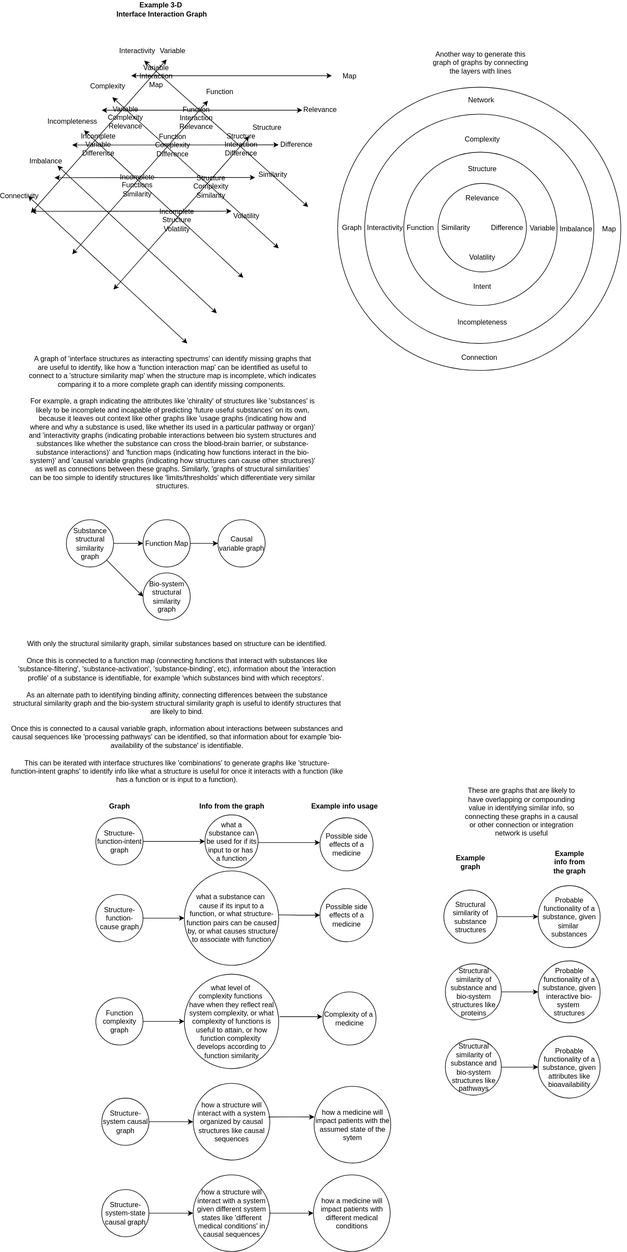
Earlier version of the draw.io export docs/objects/graph_generation.drawio.svg (outdreamer/build-a-cure). Source tidied: cells renumbered, new cells last; positions are measured from the earlier drawing's top-left corner, leaving out a move shared by most shapes.
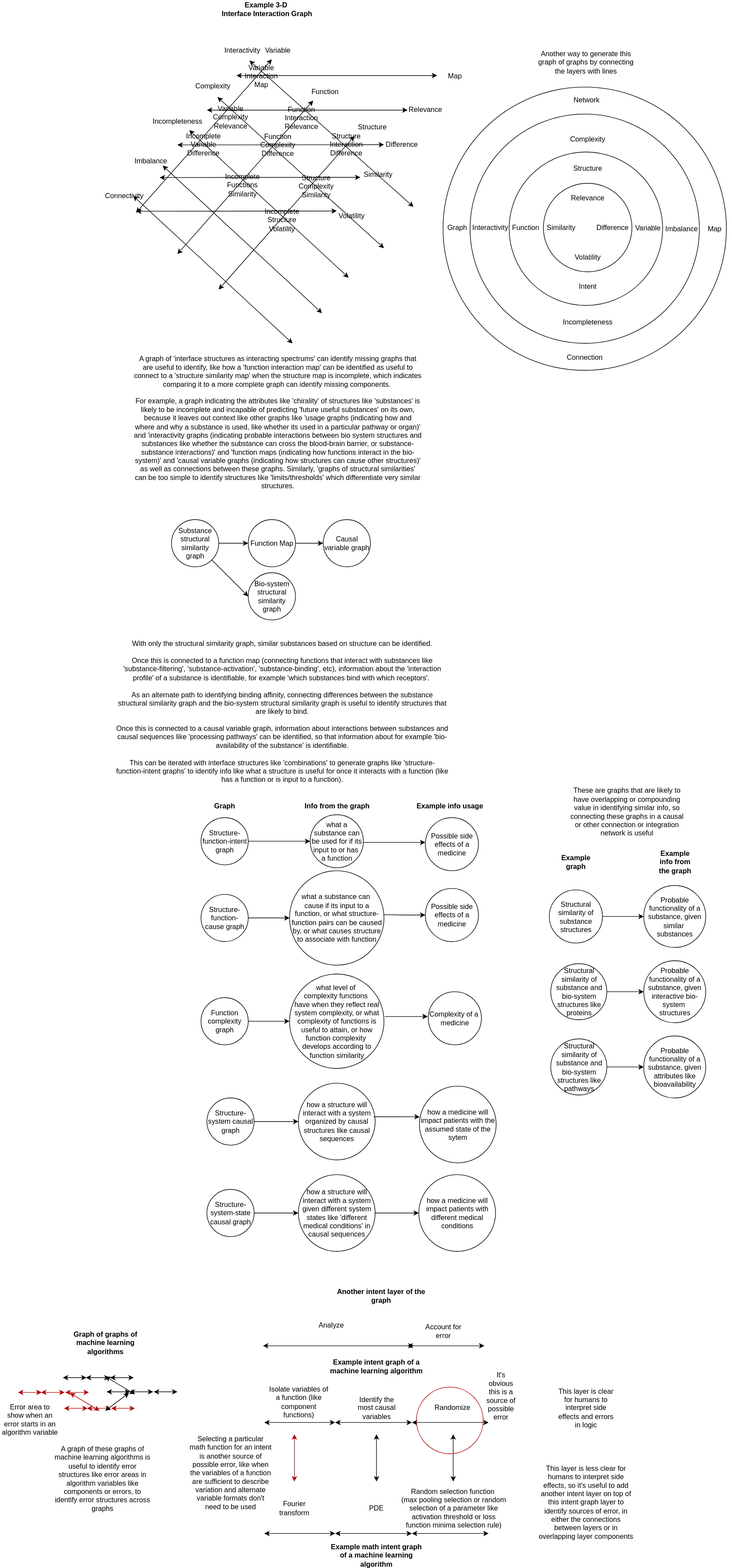
The same diagram one commit later.

The edit, as a diff of the source:
```diff
@@ -373,5 +373,218 @@
     <mxCell id="107" value="&lt;span style=&quot;font-weight: normal;&quot;&gt;These are graphs that are likely to have overlapping or compounding value in identifying similar info, so connecting these graphs in a causal or other connection or integration network is useful&lt;/span&gt;" style="text;html=1;align=center;verticalAlign=middle;whiteSpace=wrap;rounded=0;fontStyle=1;" parent="1" vertex="1">
       <mxGeometry x="780" y="1350" width="202.5" height="50" as="geometry" />
     </mxCell>
+    <mxCell id="108" style="endArrow=classic;startArrow=classic;html=1;rounded=0;" parent="1" edge="1">
+      <mxGeometry relative="1" as="geometry">
+        <mxPoint x="267.2" y="2410" as="sourcePoint" />
+        <mxPoint x="387.2" y="2410" as="targetPoint" />
+      </mxGeometry>
+    </mxCell>
+    <mxCell id="109" style="endArrow=classic;startArrow=classic;html=1;rounded=0;" parent="1" edge="1">
+      <mxGeometry relative="1" as="geometry">
+        <mxPoint x="387.2" y="2410" as="sourcePoint" />
+        <mxPoint x="517.2" y="2410" as="targetPoint" />
+      </mxGeometry>
+    </mxCell>
+    <mxCell id="110" value="Isolate variables of a function (like component functions)" style="text;html=1;align=center;verticalAlign=middle;whiteSpace=wrap;rounded=0;" parent="1" vertex="1">
+      <mxGeometry x="274.2" y="2360" width="103" height="30" as="geometry" />
+    </mxCell>
+    <mxCell id="111" value="Identify the most causal variables" style="text;html=1;align=center;verticalAlign=middle;whiteSpace=wrap;rounded=0;" parent="1" vertex="1">
+      <mxGeometry x="416.8" y="2370" width="81" height="30" as="geometry" />
+    </mxCell>
+    <mxCell id="112" style="endArrow=classic;startArrow=classic;html=1;rounded=0;" parent="1" edge="1">
+      <mxGeometry relative="1" as="geometry">
+        <mxPoint x="517.2" y="2410" as="sourcePoint" />
+        <mxPoint x="647.2" y="2410" as="targetPoint" />
+      </mxGeometry>
+    </mxCell>
+    <mxCell id="113" value="Randomize&amp;nbsp;" style="text;html=1;align=center;verticalAlign=middle;whiteSpace=wrap;rounded=0;" parent="1" vertex="1">
+      <mxGeometry x="537.2" y="2370" width="101" height="30" as="geometry" />
+    </mxCell>
+    <mxCell id="114" value="Example intent graph of a machine learning algorithm" style="text;html=1;align=center;verticalAlign=middle;whiteSpace=wrap;rounded=0;fontStyle=1;" parent="1" vertex="1">
+      <mxGeometry x="377.2" y="2300" width="160" height="30" as="geometry" />
+    </mxCell>
+    <mxCell id="115" style="endArrow=classic;startArrow=classic;html=1;rounded=0;" parent="1" edge="1">
+      <mxGeometry relative="1" as="geometry">
+        <mxPoint x="267.2" y="2598" as="sourcePoint" />
+        <mxPoint x="387.2" y="2598" as="targetPoint" />
+      </mxGeometry>
+    </mxCell>
+    <mxCell id="116" style="endArrow=classic;startArrow=classic;html=1;rounded=0;" parent="1" edge="1">
+      <mxGeometry relative="1" as="geometry">
+        <mxPoint x="387.2" y="2598" as="sourcePoint" />
+        <mxPoint x="517.2" y="2598" as="targetPoint" />
+      </mxGeometry>
+    </mxCell>
+    <mxCell id="117" value="Fourier transform" style="text;html=1;align=center;verticalAlign=middle;whiteSpace=wrap;rounded=0;" parent="1" vertex="1">
+      <mxGeometry x="288.2" y="2540" width="60" height="30" as="geometry" />
+    </mxCell>
+    <mxCell id="118" value="PDE" style="text;html=1;align=center;verticalAlign=middle;whiteSpace=wrap;rounded=0;" parent="1" vertex="1">
+      <mxGeometry x="427.2" y="2540" width="60" height="30" as="geometry" />
+    </mxCell>
+    <mxCell id="119" style="endArrow=classic;startArrow=classic;html=1;rounded=0;" parent="1" edge="1">
+      <mxGeometry relative="1" as="geometry">
+        <mxPoint x="517.2" y="2598" as="sourcePoint" />
+        <mxPoint x="647.2" y="2598" as="targetPoint" />
+      </mxGeometry>
+    </mxCell>
+    <mxCell id="120" value="Random selection function&amp;nbsp;&lt;div&gt;(max pooling selection or random selection of a parameter like activation threshold or loss function minima selection rule)&lt;/div&gt;" style="text;html=1;align=center;verticalAlign=middle;whiteSpace=wrap;rounded=0;" parent="1" vertex="1">
+      <mxGeometry x="498.2" y="2540" width="180" height="30" as="geometry" />
+    </mxCell>
+    <mxCell id="121" value="Example math intent graph of a machine learning algorithm" style="text;html=1;align=center;verticalAlign=middle;whiteSpace=wrap;rounded=0;fontStyle=1;" parent="1" vertex="1">
+      <mxGeometry x="377.2" y="2620" width="160" height="30" as="geometry" />
+    </mxCell>
+    <mxCell id="122" style="endArrow=classic;startArrow=classic;html=1;rounded=0;fillColor=#e51400;strokeColor=#B20000;" parent="1" edge="1">
+      <mxGeometry relative="1" as="geometry">
+        <mxPoint x="318.2" y="2510" as="sourcePoint" />
+        <mxPoint x="318.2" y="2430" as="targetPoint" />
+      </mxGeometry>
+    </mxCell>
+    <mxCell id="123" style="endArrow=classic;startArrow=classic;html=1;rounded=0;" parent="1" edge="1">
+      <mxGeometry relative="1" as="geometry">
+        <mxPoint x="457.2" y="2510" as="sourcePoint" />
+        <mxPoint x="457.2" y="2430" as="targetPoint" />
+      </mxGeometry>
+    </mxCell>
+    <mxCell id="124" style="endArrow=classic;startArrow=classic;html=1;rounded=0;" parent="1" edge="1">
+      <mxGeometry relative="1" as="geometry">
+        <mxPoint x="587.2" y="2510" as="sourcePoint" />
+        <mxPoint x="587.2" y="2430" as="targetPoint" />
+      </mxGeometry>
+    </mxCell>
+    <mxCell id="125" value="This layer is clear for humans to interpret side effects and errors in logic" style="text;html=1;align=center;verticalAlign=middle;whiteSpace=wrap;rounded=0;" parent="1" vertex="1">
+      <mxGeometry x="762" y="2370" width="100" height="30" as="geometry" />
+    </mxCell>
+    <mxCell id="126" value="This layer is less clear for humans to interpret side effects, so it's useful to add another intent layer on top of this intent graph layer to identify sources of error, in either the connections between layers or in overlapping layer components" style="text;html=1;align=center;verticalAlign=middle;whiteSpace=wrap;rounded=0;" parent="1" vertex="1">
+      <mxGeometry x="728.2" y="2530" width="167.5" height="30" as="geometry" />
+    </mxCell>
+    <mxCell id="127" style="endArrow=classic;startArrow=classic;html=1;rounded=0;fillColor=#e51400;strokeColor=#B20000;" parent="1" edge="1">
+      <mxGeometry relative="1" as="geometry">
+        <mxPoint x="-150" y="2359" as="sourcePoint" />
+        <mxPoint x="-110" y="2359" as="targetPoint" />
+      </mxGeometry>
+    </mxCell>
+    <mxCell id="128" style="endArrow=classic;startArrow=classic;html=1;rounded=0;fillColor=#e51400;strokeColor=#B20000;" parent="1" edge="1">
+      <mxGeometry relative="1" as="geometry">
+        <mxPoint x="-111" y="2359" as="sourcePoint" />
+        <mxPoint x="-71" y="2359" as="targetPoint" />
+      </mxGeometry>
+    </mxCell>
+    <mxCell id="129" style="endArrow=classic;startArrow=classic;html=1;rounded=0;fillColor=#e51400;strokeColor=#B20000;" parent="1" edge="1">
+      <mxGeometry relative="1" as="geometry">
+        <mxPoint x="-70" y="2359" as="sourcePoint" />
+        <mxPoint x="-30" y="2359" as="targetPoint" />
+      </mxGeometry>
+    </mxCell>
+    <mxCell id="130" style="endArrow=classic;startArrow=classic;html=1;rounded=0;fillColor=#e51400;strokeColor=#B20000;" parent="1" edge="1">
+      <mxGeometry relative="1" as="geometry">
+        <mxPoint x="-72" y="2386" as="sourcePoint" />
+        <mxPoint x="-32" y="2386" as="targetPoint" />
+      </mxGeometry>
+    </mxCell>
+    <mxCell id="131" style="endArrow=classic;startArrow=classic;html=1;rounded=0;fillColor=#e51400;strokeColor=#B20000;" parent="1" edge="1">
+      <mxGeometry relative="1" as="geometry">
+        <mxPoint x="-33" y="2386" as="sourcePoint" />
+        <mxPoint x="7" y="2386" as="targetPoint" />
+      </mxGeometry>
+    </mxCell>
+    <mxCell id="132" style="endArrow=classic;startArrow=classic;html=1;rounded=0;fillColor=#e51400;strokeColor=#B20000;" parent="1" edge="1">
+      <mxGeometry relative="1" as="geometry">
+        <mxPoint x="8" y="2386" as="sourcePoint" />
+        <mxPoint x="48" y="2386" as="targetPoint" />
+      </mxGeometry>
+    </mxCell>
+    <mxCell id="133" style="endArrow=classic;startArrow=classic;html=1;rounded=0;" parent="1" edge="1">
+      <mxGeometry relative="1" as="geometry">
+        <mxPoint y="2358" as="sourcePoint" />
+        <mxPoint x="40" y="2358" as="targetPoint" />
+      </mxGeometry>
+    </mxCell>
+    <mxCell id="134" style="endArrow=classic;startArrow=classic;html=1;rounded=0;" parent="1" edge="1">
+      <mxGeometry relative="1" as="geometry">
+        <mxPoint x="39" y="2358" as="sourcePoint" />
+        <mxPoint x="79" y="2358" as="targetPoint" />
+      </mxGeometry>
+    </mxCell>
+    <mxCell id="135" style="endArrow=classic;startArrow=classic;html=1;rounded=0;" parent="1" edge="1">
+      <mxGeometry relative="1" as="geometry">
+        <mxPoint x="80" y="2358" as="sourcePoint" />
+        <mxPoint x="120" y="2358" as="targetPoint" />
+      </mxGeometry>
+    </mxCell>
+    <mxCell id="136" style="endArrow=classic;startArrow=classic;html=1;rounded=0;" parent="1" edge="1">
+      <mxGeometry relative="1" as="geometry">
+        <mxPoint x="-74" y="2334" as="sourcePoint" />
+        <mxPoint x="-34" y="2334" as="targetPoint" />
+      </mxGeometry>
+    </mxCell>
+    <mxCell id="137" style="endArrow=classic;startArrow=classic;html=1;rounded=0;" parent="1" edge="1">
+      <mxGeometry relative="1" as="geometry">
+        <mxPoint x="-35" y="2334" as="sourcePoint" />
+        <mxPoint x="5" y="2334" as="targetPoint" />
+      </mxGeometry>
+    </mxCell>
+    <mxCell id="138" style="endArrow=classic;startArrow=classic;html=1;rounded=0;" parent="1" edge="1">
+      <mxGeometry relative="1" as="geometry">
+        <mxPoint x="6" y="2334" as="sourcePoint" />
+        <mxPoint x="46" y="2334" as="targetPoint" />
+      </mxGeometry>
+    </mxCell>
+    <mxCell id="139" value="Graph of graphs of machine learning algorithms" style="text;html=1;align=center;verticalAlign=middle;whiteSpace=wrap;rounded=0;fontStyle=1;" parent="1" vertex="1">
+      <mxGeometry x="-82" y="2260" width="160" height="30" as="geometry" />
+    </mxCell>
+    <mxCell id="140" style="endArrow=classic;startArrow=classic;html=1;rounded=0;fillColor=#e51400;strokeColor=#B20000;" parent="1" edge="1">
+      <mxGeometry relative="1" as="geometry">
+        <mxPoint x="-62" y="2360" as="sourcePoint" />
+        <mxPoint x="-12" y="2390" as="targetPoint" />
+      </mxGeometry>
+    </mxCell>
+    <mxCell id="141" style="endArrow=classic;startArrow=classic;html=1;rounded=0;" parent="1" edge="1">
+      <mxGeometry relative="1" as="geometry">
+        <mxPoint x="-2" y="2332" as="sourcePoint" />
+        <mxPoint x="48" y="2362" as="targetPoint" />
+      </mxGeometry>
+    </mxCell>
+    <mxCell id="142" style="endArrow=classic;startArrow=classic;html=1;rounded=0;" parent="1" edge="1">
+      <mxGeometry relative="1" as="geometry">
+        <mxPoint x="-2" y="2390" as="sourcePoint" />
+        <mxPoint x="38" y="2360" as="targetPoint" />
+      </mxGeometry>
+    </mxCell>
+    <mxCell id="143" style="endArrow=classic;startArrow=classic;html=1;rounded=0;" parent="1" edge="1">
+      <mxGeometry relative="1" as="geometry">
+        <mxPoint x="265" y="2280" as="sourcePoint" />
+        <mxPoint x="520" y="2280" as="targetPoint" />
+      </mxGeometry>
+    </mxCell>
+    <mxCell id="144" value="Analyze" style="text;html=1;align=center;verticalAlign=middle;whiteSpace=wrap;rounded=0;" parent="1" vertex="1">
+      <mxGeometry x="340" y="2230" width="81" height="30" as="geometry" />
+    </mxCell>
+    <mxCell id="145" style="endArrow=classic;startArrow=classic;html=1;rounded=0;" parent="1" edge="1">
+      <mxGeometry relative="1" as="geometry">
+        <mxPoint x="510" y="2280" as="sourcePoint" />
+        <mxPoint x="640" y="2280" as="targetPoint" />
+      </mxGeometry>
+    </mxCell>
+    <mxCell id="146" value="Account for error" style="text;html=1;align=center;verticalAlign=middle;whiteSpace=wrap;rounded=0;" parent="1" vertex="1">
+      <mxGeometry x="530" y="2240" width="81" height="30" as="geometry" />
+    </mxCell>
+    <mxCell id="147" value="Another intent layer of the graph" style="text;html=1;align=center;verticalAlign=middle;whiteSpace=wrap;rounded=0;fontStyle=1;" parent="1" vertex="1">
+      <mxGeometry x="385" y="2180" width="160" height="30" as="geometry" />
+    </mxCell>
+    <mxCell id="148" style="ellipse;whiteSpace=wrap;html=1;fillColor=none;fontColor=#ffffff;strokeColor=#B20000;" parent="1" vertex="1">
+      <mxGeometry x="525" y="2350" width="113" height="113" as="geometry" />
+    </mxCell>
+    <mxCell id="149" value="It's obvious this is a source of possible error" style="text;html=1;align=center;verticalAlign=middle;whiteSpace=wrap;rounded=0;" parent="1" vertex="1">
+      <mxGeometry x="638" y="2350" width="60" height="30" as="geometry" />
+    </mxCell>
+    <mxCell id="150" value="Selecting a particular math function for an intent is another source of possible error, like when the variables of a function are sufficient to describe variation and alternate variable formats don't need to be used" style="text;html=1;align=center;verticalAlign=middle;whiteSpace=wrap;rounded=0;" parent="1" vertex="1">
+      <mxGeometry x="139" y="2480" width="142" height="30" as="geometry" />
+    </mxCell>
+    <mxCell id="151" value="A graph of these graphs of machine learning algorithms is useful to identify error structures like error areas in algorithm variables like components or errors, to identify error structures across graphs" style="text;html=1;align=center;verticalAlign=middle;whiteSpace=wrap;rounded=0;" parent="1" vertex="1">
+      <mxGeometry x="-92" y="2490" width="170" height="30" as="geometry" />
+    </mxCell>
+    <mxCell id="152" value="Error area to show when an error starts in an algorithm variable" style="text;html=1;align=center;verticalAlign=middle;whiteSpace=wrap;rounded=0;" parent="1" vertex="1">
+      <mxGeometry x="-180" y="2390" width="100" height="30" as="geometry" />
+    </mxCell>
   </root>
 </mxGraphModel>
```
